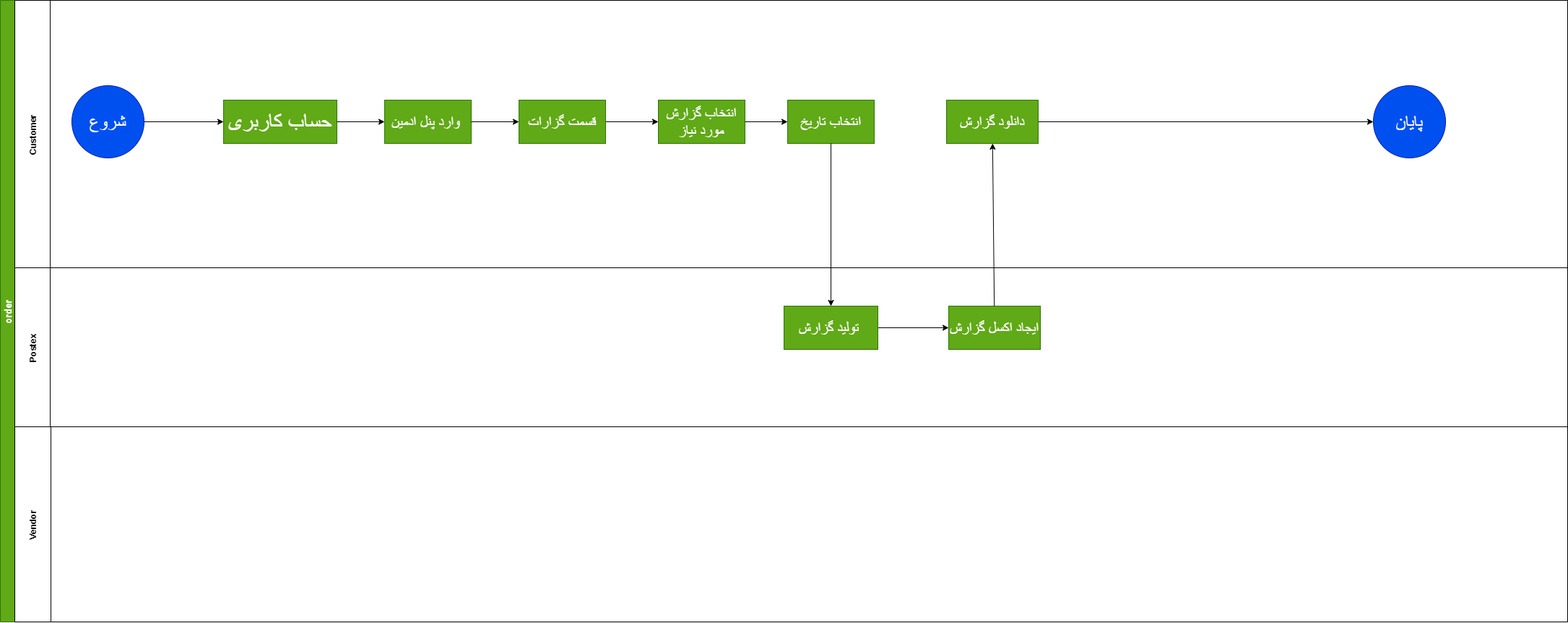
Above: 10-Reporting/imgs/ReportingِDiagram.png in behrangaghili/Postex-Documents_Diagrams (draw.io), before the change. Source tidied: cells renumbered, new cells last; positions are measured from the earlier drawing's top-left corner, leaving out a move shared by most shapes. Its diagram source:
```xml
<mxGraphModel>
  <root>
    <mxCell id="0" />
    <mxCell id="1" parent="0" />
    <mxCell id="2" value="order" style="swimlane;horizontal=0;startSize=20;fillColor=#60a917;strokeColor=#2D7600;fontColor=#ffffff;fontSize=13;" parent="1" vertex="1">
      <mxGeometry width="2170" height="860" as="geometry" />
    </mxCell>
    <mxCell id="3" value="Customer" style="swimlane;startSize=49;horizontal=0;fillColor=default;" parent="2" vertex="1">
      <mxGeometry x="20" width="2150" height="370" as="geometry" />
    </mxCell>
    <mxCell id="4" style="edgeStyle=none;html=1;exitX=1;exitY=0.5;exitDx=0;exitDy=0;" parent="3" edge="1" source="5" target="12">
      <mxGeometry relative="1" as="geometry" />
    </mxCell>
    <mxCell id="5" value="&lt;font style=&quot;font-size: 20px&quot;&gt;قسمت گزارات&lt;/font&gt;" style="whiteSpace=wrap;html=1;fillColor=#60a917;strokeColor=#2D7600;fontColor=#ffffff;" parent="3" vertex="1">
      <mxGeometry x="698" y="138" width="120" height="60" as="geometry" />
    </mxCell>
    <mxCell id="6" value="&lt;font style=&quot;font-size: 25px&quot;&gt;شروع&lt;/font&gt;" style="ellipse;whiteSpace=wrap;html=1;fillColor=#0050ef;strokeColor=#001DBC;fontColor=#ffffff;" parent="3" vertex="1">
      <mxGeometry x="79" y="118" width="100" height="100" as="geometry" />
    </mxCell>
    <mxCell id="7" value="&lt;span style=&quot;font-size: 30px&quot;&gt;حساب کاربری&lt;/span&gt;" style="whiteSpace=wrap;html=1;fillColor=#60a917;strokeColor=#2D7600;fontColor=#ffffff;" parent="3" vertex="1">
      <mxGeometry x="289" y="138" width="157" height="60" as="geometry" />
    </mxCell>
    <mxCell id="8" style="edgeStyle=none;html=1;" parent="3" edge="1" source="6" target="7">
      <mxGeometry relative="1" as="geometry" />
    </mxCell>
    <mxCell id="9" value="&lt;font style=&quot;font-size: 20px&quot;&gt;وارد پنل ادمین&amp;nbsp;&lt;/font&gt;" style="whiteSpace=wrap;html=1;fillColor=#60a917;strokeColor=#2D7600;fontColor=#ffffff;" parent="3" vertex="1">
      <mxGeometry x="512" y="138" width="120" height="60" as="geometry" />
    </mxCell>
    <mxCell id="10" style="edgeStyle=orthogonalEdgeStyle;html=1;fontSize=20;" parent="3" edge="1" source="9" target="5">
      <mxGeometry relative="1" as="geometry" />
    </mxCell>
    <mxCell id="11" style="edgeStyle=none;html=1;fontSize=30;" parent="3" edge="1" source="7" target="9">
      <mxGeometry relative="1" as="geometry" />
    </mxCell>
    <mxCell id="12" value="&lt;font style=&quot;font-size: 20px&quot;&gt;انتخاب گزارش مورد نیاز&lt;/font&gt;" style="whiteSpace=wrap;html=1;fillColor=#60a917;strokeColor=#2D7600;fontColor=#ffffff;" parent="3" vertex="1">
      <mxGeometry x="891" y="138" width="120" height="60" as="geometry" />
    </mxCell>
    <mxCell id="13" value="&lt;font style=&quot;font-size: 20px&quot;&gt;انتخاب تاریخ&lt;/font&gt;" style="whiteSpace=wrap;html=1;fillColor=#60a917;strokeColor=#2D7600;fontColor=#ffffff;" parent="3" vertex="1">
      <mxGeometry x="1070" y="138" width="120" height="60" as="geometry" />
    </mxCell>
    <mxCell id="14" style="edgeStyle=orthogonalEdgeStyle;html=1;fontSize=20;" parent="3" edge="1" source="12" target="13">
      <mxGeometry relative="1" as="geometry" />
    </mxCell>
    <mxCell id="15" style="edgeStyle=none;html=1;exitX=1;exitY=0.5;exitDx=0;exitDy=0;" parent="3" edge="1" source="16" target="17">
      <mxGeometry relative="1" as="geometry" />
    </mxCell>
    <mxCell id="16" value="&lt;font style=&quot;font-size: 20px&quot;&gt;دانلود گزارش&lt;/font&gt;" style="whiteSpace=wrap;html=1;fillColor=#60a917;strokeColor=#2D7600;fontColor=#ffffff;" parent="3" vertex="1">
      <mxGeometry x="1290" y="138" width="127" height="60" as="geometry" />
    </mxCell>
    <mxCell id="17" value="&lt;font style=&quot;font-size: 25px&quot;&gt;پایان&lt;/font&gt;" style="ellipse;whiteSpace=wrap;html=1;fillColor=#0050ef;strokeColor=#001DBC;fontColor=#ffffff;" parent="3" vertex="1">
      <mxGeometry x="1881" y="118" width="100" height="100" as="geometry" />
    </mxCell>
    <mxCell id="18" value="Postex" style="swimlane;startSize=49;horizontal=0;" parent="2" vertex="1">
      <mxGeometry x="20" y="370" width="2150" height="220" as="geometry" />
    </mxCell>
    <mxCell id="19" style="edgeStyle=none;html=1;" parent="18" edge="1" source="20" target="21">
      <mxGeometry relative="1" as="geometry" />
    </mxCell>
    <mxCell id="20" value="&lt;font style=&quot;font-size: 20px&quot;&gt;تولید گزارش&amp;nbsp;&lt;/font&gt;" style="whiteSpace=wrap;html=1;fillColor=#60a917;strokeColor=#2D7600;fontColor=#ffffff;" parent="18" vertex="1">
      <mxGeometry x="1065" y="53" width="130" height="60" as="geometry" />
    </mxCell>
    <mxCell id="21" value="&lt;font style=&quot;font-size: 20px&quot;&gt;ایجاد اکسل گزارش&lt;/font&gt;" style="whiteSpace=wrap;html=1;fillColor=#60a917;strokeColor=#2D7600;fontColor=#ffffff;" parent="18" vertex="1">
      <mxGeometry x="1293" y="53" width="127" height="60" as="geometry" />
    </mxCell>
    <mxCell id="22" value="Vendor" style="swimlane;startSize=50;horizontal=0;" parent="2" vertex="1">
      <mxGeometry x="20" y="590" width="2150" height="270" as="geometry" />
    </mxCell>
    <mxCell id="23" style="edgeStyle=orthogonalEdgeStyle;html=1;fontSize=20;" parent="2" edge="1" source="13" target="20">
      <mxGeometry relative="1" as="geometry" />
    </mxCell>
    <mxCell id="24" style="edgeStyle=none;html=1;" parent="2" edge="1" source="21" target="16">
      <mxGeometry relative="1" as="geometry" />
    </mxCell>
  </root>
</mxGraphModel>
```
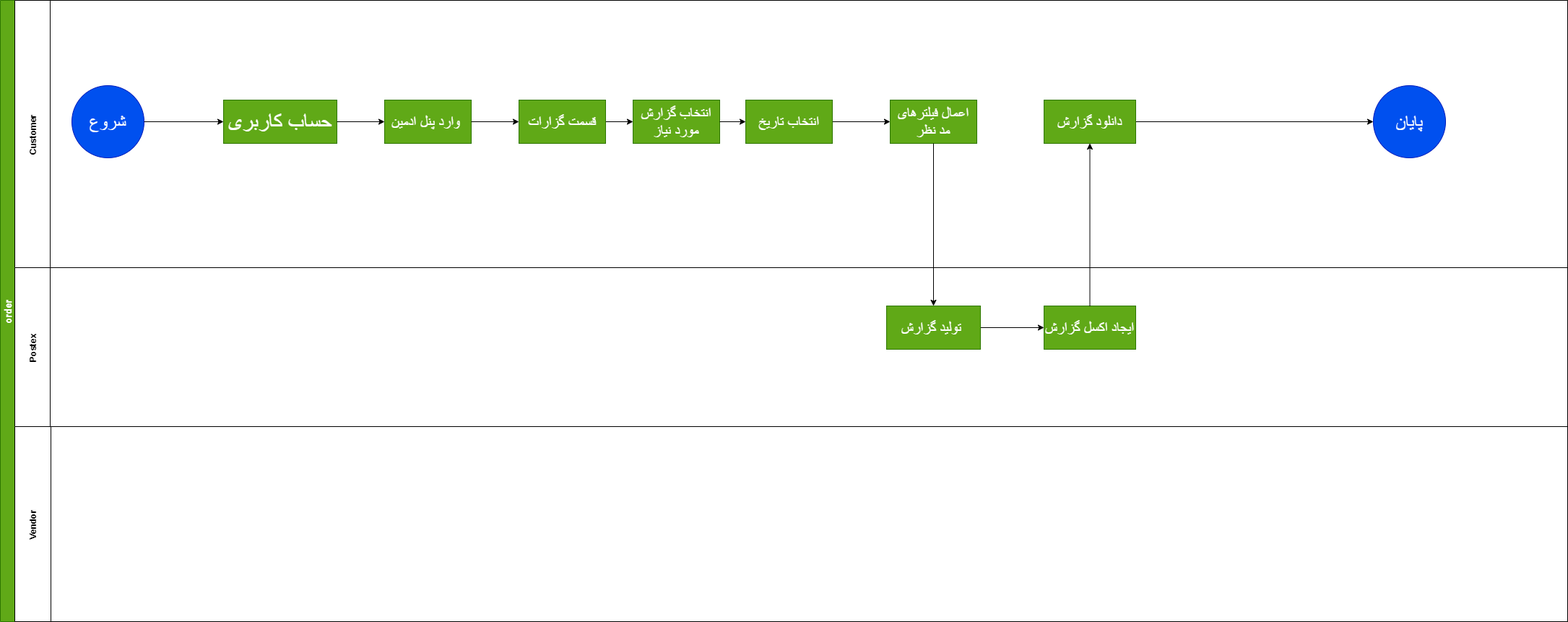
The same diagram one commit later.

Commit message:
edit notification and reporting

What changed in the source:
```diff
@@ -33,10 +33,13 @@
       <mxGeometry relative="1" as="geometry" />
     </mxCell>
     <mxCell id="12" value="&lt;font style=&quot;font-size: 20px&quot;&gt;انتخاب گزارش مورد نیاز&lt;/font&gt;" style="whiteSpace=wrap;html=1;fillColor=#60a917;strokeColor=#2D7600;fontColor=#ffffff;" parent="3" vertex="1">
-      <mxGeometry x="891" y="138" width="120" height="60" as="geometry" />
+      <mxGeometry x="856" y="138" width="120" height="60" as="geometry" />
     </mxCell>
+    <mxCell id="25" style="edgeStyle=none;html=1;" parent="3" edge="1" source="13" target="26">
+      <mxGeometry relative="1" as="geometry" />
+    </mxCell>
     <mxCell id="13" value="&lt;font style=&quot;font-size: 20px&quot;&gt;انتخاب تاریخ&lt;/font&gt;" style="whiteSpace=wrap;html=1;fillColor=#60a917;strokeColor=#2D7600;fontColor=#ffffff;" parent="3" vertex="1">
-      <mxGeometry x="1070" y="138" width="120" height="60" as="geometry" />
+      <mxGeometry x="1012" y="138" width="120" height="60" as="geometry" />
     </mxCell>
     <mxCell id="14" style="edgeStyle=orthogonalEdgeStyle;html=1;fontSize=20;" parent="3" edge="1" source="12" target="13">
       <mxGeometry relative="1" as="geometry" />
@@ -45,11 +48,14 @@
       <mxGeometry relative="1" as="geometry" />
     </mxCell>
     <mxCell id="16" value="&lt;font style=&quot;font-size: 20px&quot;&gt;دانلود گزارش&lt;/font&gt;" style="whiteSpace=wrap;html=1;fillColor=#60a917;strokeColor=#2D7600;fontColor=#ffffff;" parent="3" vertex="1">
-      <mxGeometry x="1290" y="138" width="127" height="60" as="geometry" />
+      <mxGeometry x="1425" y="138" width="127" height="60" as="geometry" />
     </mxCell>
     <mxCell id="17" value="&lt;font style=&quot;font-size: 25px&quot;&gt;پایان&lt;/font&gt;" style="ellipse;whiteSpace=wrap;html=1;fillColor=#0050ef;strokeColor=#001DBC;fontColor=#ffffff;" parent="3" vertex="1">
       <mxGeometry x="1881" y="118" width="100" height="100" as="geometry" />
     </mxCell>
+    <mxCell id="26" value="&lt;span style=&quot;font-size: 20px&quot;&gt;اعمال فیلترهای مد نظر&lt;/span&gt;" style="whiteSpace=wrap;html=1;fillColor=#60a917;strokeColor=#2D7600;fontColor=#ffffff;" parent="3" vertex="1">
+      <mxGeometry x="1212" y="138" width="120" height="60" as="geometry" />
+    </mxCell>
     <mxCell id="18" value="Postex" style="swimlane;startSize=49;horizontal=0;" parent="2" vertex="1">
       <mxGeometry x="20" y="370" width="2150" height="220" as="geometry" />
     </mxCell>
@@ -57,19 +63,19 @@
       <mxGeometry relative="1" as="geometry" />
     </mxCell>
     <mxCell id="20" value="&lt;font style=&quot;font-size: 20px&quot;&gt;تولید گزارش&amp;nbsp;&lt;/font&gt;" style="whiteSpace=wrap;html=1;fillColor=#60a917;strokeColor=#2D7600;fontColor=#ffffff;" parent="18" vertex="1">
-      <mxGeometry x="1065" y="53" width="130" height="60" as="geometry" />
+      <mxGeometry x="1207" y="53" width="130" height="60" as="geometry" />
     </mxCell>
     <mxCell id="21" value="&lt;font style=&quot;font-size: 20px&quot;&gt;ایجاد اکسل گزارش&lt;/font&gt;" style="whiteSpace=wrap;html=1;fillColor=#60a917;strokeColor=#2D7600;fontColor=#ffffff;" parent="18" vertex="1">
-      <mxGeometry x="1293" y="53" width="127" height="60" as="geometry" />
+      <mxGeometry x="1425" y="53" width="127" height="60" as="geometry" />
     </mxCell>
     <mxCell id="22" value="Vendor" style="swimlane;startSize=50;horizontal=0;" parent="2" vertex="1">
       <mxGeometry x="20" y="590" width="2150" height="270" as="geometry" />
     </mxCell>
-    <mxCell id="23" style="edgeStyle=orthogonalEdgeStyle;html=1;fontSize=20;" parent="2" edge="1" source="13" target="20">
-      <mxGeometry relative="1" as="geometry" />
-    </mxCell>
     <mxCell id="24" style="edgeStyle=none;html=1;" parent="2" edge="1" source="21" target="16">
       <mxGeometry relative="1" as="geometry" />
     </mxCell>
+    <mxCell id="27" style="edgeStyle=orthogonalEdgeStyle;html=1;exitX=0.5;exitY=1;exitDx=0;exitDy=0;" parent="2" edge="1" source="26" target="20">
+      <mxGeometry relative="1" as="geometry" />
+    </mxCell>
   </root>
 </mxGraphModel>
```
